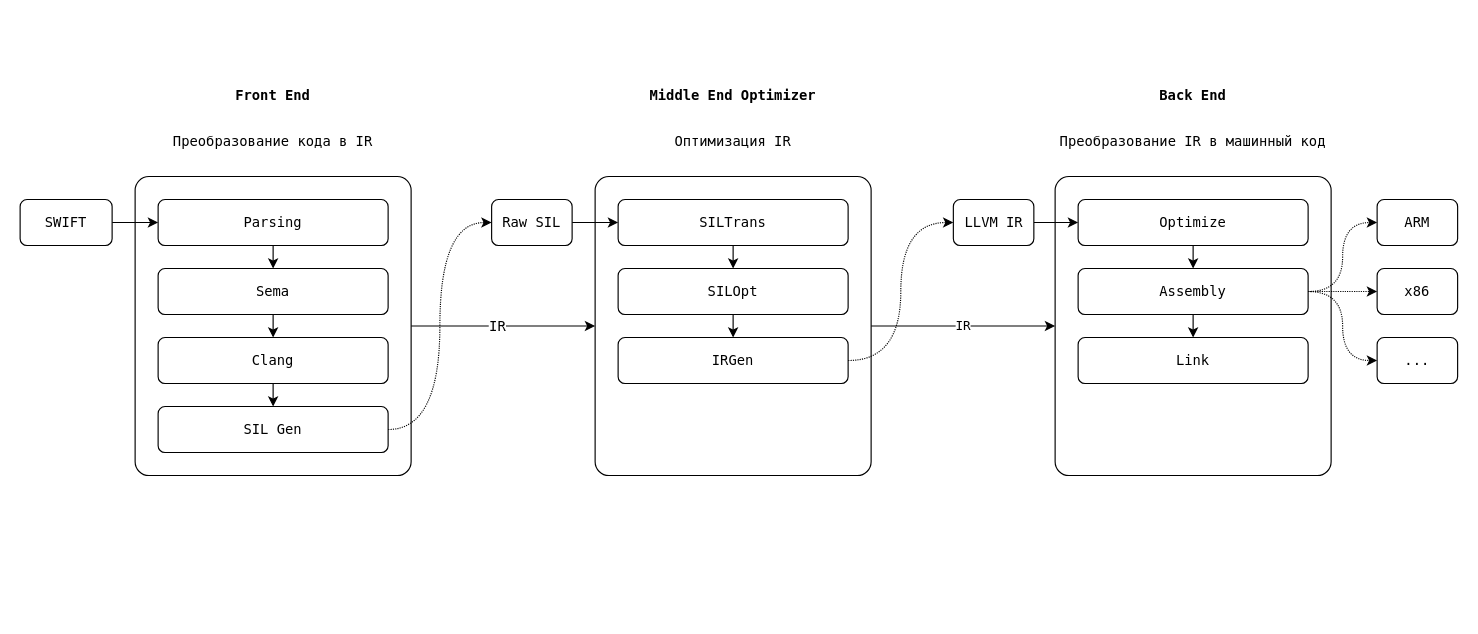
Above: LLVM Architecture.drawio in zarinabakirova/Swift-Schemes (draw.io), before the change. Source tidied: cells renumbered, new cells numbered last; positions are measured from the earlier drawing's top-left corner, leaving out a move shared by most shapes. Both pictures are drawn from the tidied source at 115%, with x=0, y=0 at pixel (20, 84).
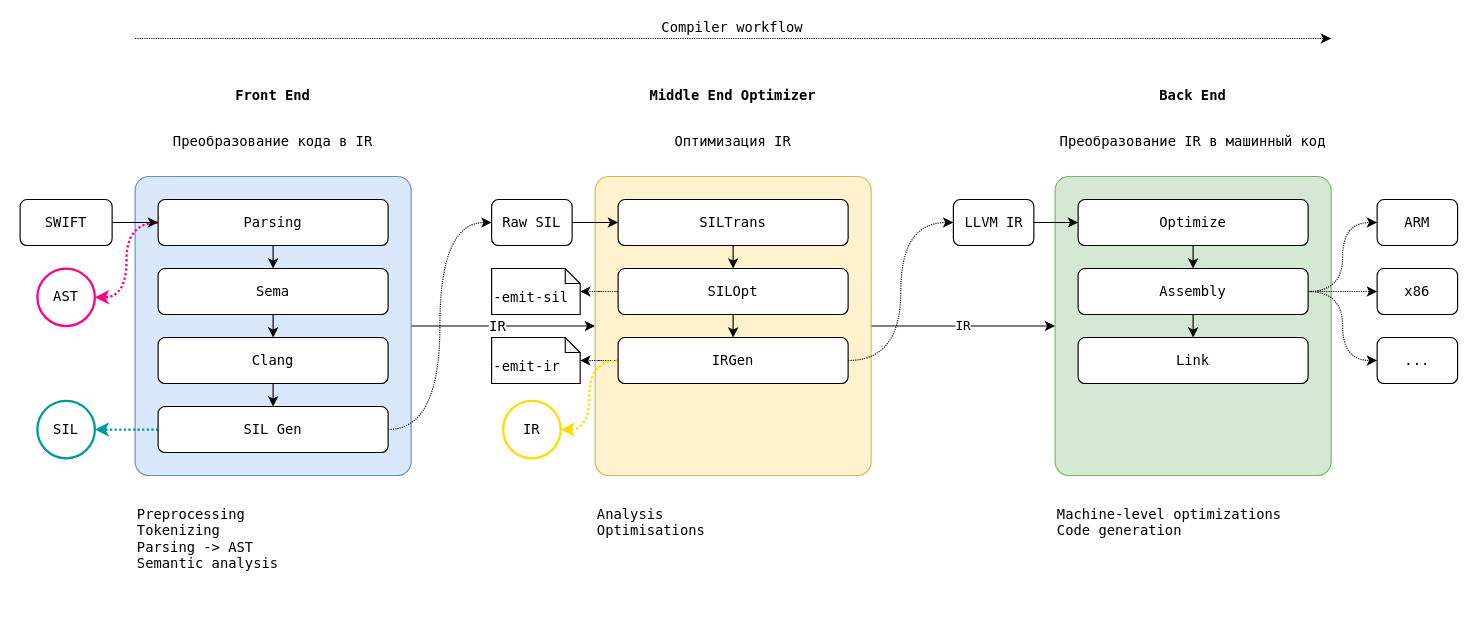
Above is the later version.

Unchanged cells that the change refers to:
```xml
<mxCell id="15" value="Parsing" style="rounded=1;whiteSpace=wrap;html=1;fontFamily=Menlo;" parent="1" vertex="1">
  <mxGeometry x="120" y="100" width="200" height="40" as="geometry" />
</mxCell>
<mxCell id="23" value="SIL Gen" style="rounded=1;whiteSpace=wrap;html=1;fontFamily=Menlo;" parent="1" vertex="1">
  <mxGeometry x="120" y="280" width="200" height="40" as="geometry" />
</mxCell>
<mxCell id="29" value="SILOpt" style="rounded=1;whiteSpace=wrap;html=1;fontFamily=Menlo;" parent="1" vertex="1">
  <mxGeometry x="520" y="160" width="200" height="40" as="geometry" />
</mxCell>
<mxCell id="31" value="IRGen" style="rounded=1;whiteSpace=wrap;html=1;fontFamily=Menlo;" parent="1" vertex="1">
  <mxGeometry x="520" y="220" width="200" height="40" as="geometry" />
</mxCell>
```

The edit, as a diff of the source:
```diff
@@
-    <mxCell id="4" style="rounded=1;whiteSpace=wrap;html=1;arcSize=5;" parent="1" vertex="1">
+    <mxCell id="4" style="rounded=1;whiteSpace=wrap;html=1;arcSize=5;fillColor=#dae8fc;strokeColor=#6c8ebf;" parent="1" vertex="1">
       <mxGeometry x="100" y="80" width="240" height="260" as="geometry" />
     </mxCell>
@@
-    <mxCell id="8" style="rounded=1;whiteSpace=wrap;html=1;arcSize=5;" parent="1" vertex="1">
+    <mxCell id="8" style="rounded=1;whiteSpace=wrap;html=1;arcSize=5;fillColor=#fff2cc;strokeColor=#d6b656;" parent="1" vertex="1">
       <mxGeometry x="500" y="80" width="240" height="260" as="geometry" />
     </mxCell>
@@
-    <mxCell id="10" style="rounded=1;whiteSpace=wrap;html=1;arcSize=5;" parent="1" vertex="1">
+    <mxCell id="10" style="rounded=1;whiteSpace=wrap;html=1;arcSize=5;fillColor=#d5e8d4;strokeColor=#82b366;" parent="1" vertex="1">
       <mxGeometry x="900" y="80" width="240" height="260" as="geometry" />
     </mxCell>
@@
+    <mxCell id="45" style="edgeStyle=orthogonalEdgeStyle;curved=1;rounded=0;jettySize=auto;html=1;exitX=0;exitY=0.5;exitDx=0;exitDy=0;entryX=1;entryY=0.5;entryDx=0;entryDy=0;dashed=1;dashPattern=1 1;fontFamily=Menlo;strokeColor=#FF0080;strokeWidth=2;" parent="1" edge="1" source="15" target="57">
+      <mxGeometry relative="1" as="geometry" />
+    </mxCell>
@@
+    <mxCell id="46" style="edgeStyle=orthogonalEdgeStyle;curved=1;rounded=0;jettySize=auto;html=1;dashed=1;dashPattern=1 1;fontFamily=Menlo;strokeColor=#009999;strokeWidth=2;" parent="1" edge="1" source="23" target="58">
+      <mxGeometry relative="1" as="geometry" />
+    </mxCell>
@@
+    <mxCell id="47" style="edgeStyle=orthogonalEdgeStyle;curved=1;rounded=0;jettySize=auto;html=1;exitX=0;exitY=0.5;exitDx=0;exitDy=0;dashed=1;dashPattern=1 1;fontFamily=Menlo;" parent="1" edge="1" source="29" target="55">
+      <mxGeometry relative="1" as="geometry" />
+    </mxCell>
@@
+    <mxCell id="48" style="edgeStyle=orthogonalEdgeStyle;curved=1;rounded=0;jettySize=auto;html=1;dashed=1;dashPattern=1 1;fontFamily=Menlo;" parent="1" edge="1" source="31" target="56">
+      <mxGeometry relative="1" as="geometry" />
+    </mxCell>
+    <mxCell id="49" style="edgeStyle=orthogonalEdgeStyle;curved=1;rounded=0;jettySize=auto;html=1;exitX=0;exitY=0.5;exitDx=0;exitDy=0;entryX=1;entryY=0.5;entryDx=0;entryDy=0;dashed=1;dashPattern=1 1;fontFamily=Menlo;strokeColor=#FFDD03;strokeWidth=2;" parent="1" edge="1" source="31" target="59">
+      <mxGeometry relative="1" as="geometry" />
+    </mxCell>
@@
+    <mxCell id="50" style="endArrow=classic;html=1;dashed=1;dashPattern=1 1;fontFamily=Menlo;" parent="1" edge="1">
+      <mxGeometry relative="1" as="geometry">
+        <mxPoint x="100" y="-40" as="sourcePoint" />
+        <mxPoint x="1140" y="-40" as="targetPoint" />
+      </mxGeometry>
+    </mxCell>
+    <mxCell id="51" value="Compiler workflow" style="text;html=1;align=center;verticalAlign=middle;labelBackgroundColor=#ffffff;fontFamily=Menlo;" parent="50" vertex="1">
+      <mxGeometry x="-0.1" y="-1" relative="1" as="geometry">
+        <mxPoint x="50.5" y="-11" as="offset" />
+      </mxGeometry>
+    </mxCell>
+    <mxCell id="52" value="Preprocessing&lt;br&gt;Tokenizing&lt;br&gt;Parsing -&amp;gt; AST&lt;br&gt;Semantic analysis" style="text;html=1;strokeColor=none;fillColor=none;align=left;verticalAlign=top;whiteSpace=wrap;rounded=0;fontFamily=Menlo;" parent="1" vertex="1">
+      <mxGeometry x="100" y="360" width="240" height="100" as="geometry" />
+    </mxCell>
+    <mxCell id="53" value="Analysis&lt;br&gt;Optimisations" style="text;html=1;strokeColor=none;fillColor=none;align=left;verticalAlign=top;whiteSpace=wrap;rounded=0;fontFamily=Menlo;" parent="1" vertex="1">
+      <mxGeometry x="500" y="360" width="240" height="100" as="geometry" />
+    </mxCell>
+    <mxCell id="54" value="Machine-level optimizations&lt;br&gt;Code generation" style="text;html=1;strokeColor=none;fillColor=none;align=left;verticalAlign=top;whiteSpace=wrap;rounded=0;fontFamily=Menlo;" parent="1" vertex="1">
+      <mxGeometry x="900" y="360" width="240" height="100" as="geometry" />
+    </mxCell>
+    <mxCell id="55" value="-emit-sil" style="shape=note;whiteSpace=wrap;html=1;backgroundOutline=1;darkOpacity=0.05;fontFamily=Menlo;align=left;size=13;verticalAlign=bottom;spacingBottom=5;" parent="1" vertex="1">
+      <mxGeometry x="410" y="160" width="77" height="40" as="geometry" />
+    </mxCell>
+    <mxCell id="56" value="-emit-ir" style="shape=note;whiteSpace=wrap;html=1;backgroundOutline=1;darkOpacity=0.05;fontFamily=Menlo;align=left;size=13;verticalAlign=bottom;spacingBottom=5;" parent="1" vertex="1">
+      <mxGeometry x="410" y="220" width="77" height="40" as="geometry" />
+    </mxCell>
+    <mxCell id="57" value="AST" style="ellipse;whiteSpace=wrap;html=1;fontFamily=Menlo;align=center;strokeColor=#FF0080;strokeWidth=2;" parent="1" vertex="1">
+      <mxGeometry x="15" y="160" width="50" height="50" as="geometry" />
+    </mxCell>
+    <mxCell id="58" value="SIL" style="ellipse;whiteSpace=wrap;html=1;fontFamily=Menlo;align=center;strokeColor=#009999;strokeWidth=2;" parent="1" vertex="1">
+      <mxGeometry x="15" y="275" width="50" height="50" as="geometry" />
+    </mxCell>
+    <mxCell id="59" value="IR" style="ellipse;whiteSpace=wrap;html=1;fontFamily=Menlo;align=center;strokeColor=#FFDD03;strokeWidth=2;" parent="1" vertex="1">
+      <mxGeometry x="420" y="275" width="50" height="50" as="geometry" />
+    </mxCell>
```
